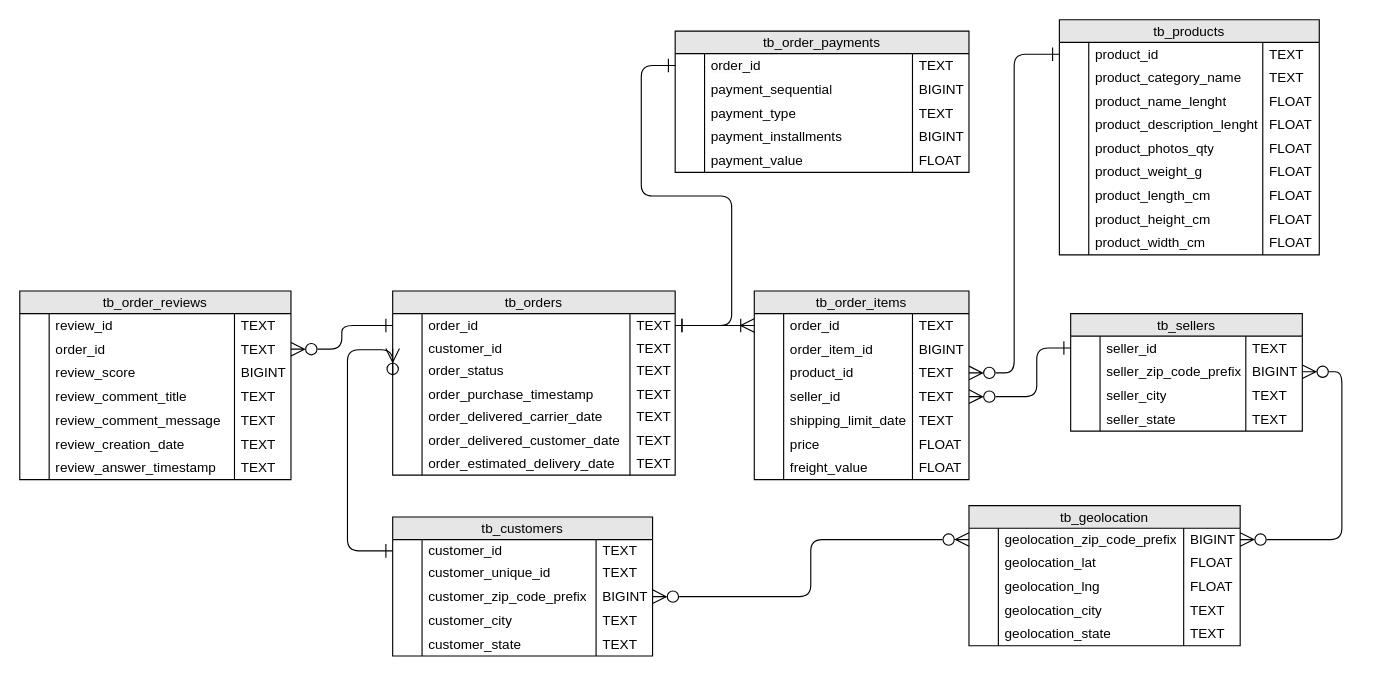
ivanrff/da-olist-db keeps this draw.io diagram as schema/structure.drawio. Above is the earlier version. Source tidied: cells renumbered, new cells numbered last; positions are measured from the earlier drawing's top-left corner, leaving out a move shared by most shapes. Both pictures are drawn from the tidied source at 113%, with x=0, y=0 at pixel (19, 19).
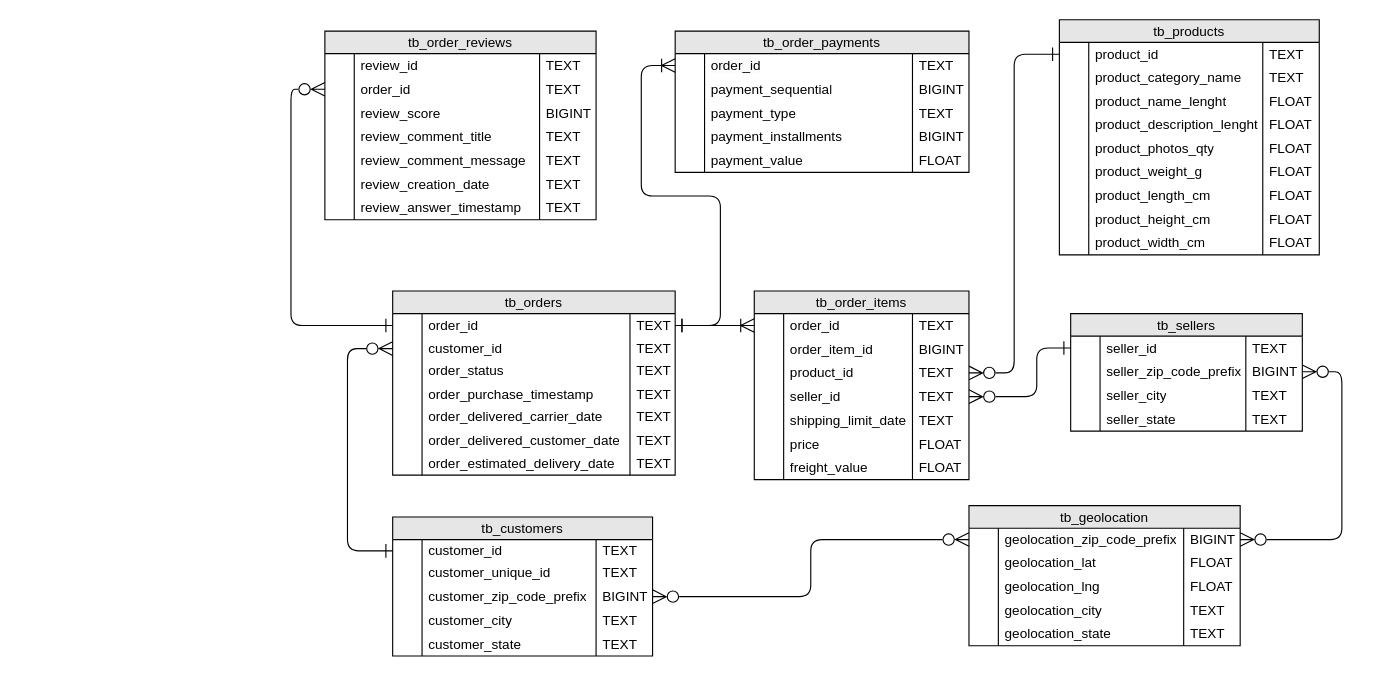
After the change.

Commit message (it also covers changes not shown here):
editing schema

Unchanged cells that the change refers to:
```xml
<mxCell id="3" style="shape=tableRow;horizontal=0;startSize=0;swimlaneHead=0;swimlaneBody=0;top=0;left=0;bottom=0;right=0;fillColor=none;points=[[0,0.5],[1,0.5]];portConstraint=eastwest;strokeColor=inherit;fontSize=16;" parent="2" vertex="1">
  <mxGeometry y="20" width="230" height="20" as="geometry" />
</mxCell>
<mxCell id="24" style="shape=tableRow;horizontal=0;startSize=0;swimlaneHead=0;swimlaneBody=0;top=0;left=0;bottom=0;right=0;fillColor=none;points=[[0,0.5],[1,0.5]];portConstraint=eastwest;strokeColor=inherit;fontSize=16;" parent="23" vertex="1">
  <mxGeometry y="20" width="250" height="21" as="geometry" />
</mxCell>
<mxCell id="28" style="shape=tableRow;horizontal=0;startSize=0;swimlaneHead=0;swimlaneBody=0;top=0;left=0;bottom=0;right=0;fillColor=none;points=[[0,0.5],[1,0.5]];portConstraint=eastwest;strokeColor=inherit;fontSize=16;" parent="23" vertex="1">
  <mxGeometry y="41" width="250" height="20" as="geometry" />
</mxCell>
<mxCell id="103" style="shape=tableRow;horizontal=0;startSize=0;swimlaneHead=0;swimlaneBody=0;top=0;left=0;bottom=0;right=0;fillColor=none;points=[[0,0.5],[1,0.5]];portConstraint=eastwest;strokeColor=inherit;fontSize=16;" parent="102" vertex="1">
  <mxGeometry y="20" width="260" height="21" as="geometry" />
</mxCell>
<mxCell id="128" style="shape=tableRow;horizontal=0;startSize=0;swimlaneHead=0;swimlaneBody=0;top=0;left=0;bottom=0;right=0;fillColor=none;points=[[0,0.5],[1,0.5]];portConstraint=eastwest;strokeColor=inherit;fontSize=16;" parent="123" vertex="1">
  <mxGeometry y="41" width="240" height="21" as="geometry" />
</mxCell>
```

Change to the diagram source:
```diff
@@
-<mxGraphModel>
+<mxGraphModel background="#ffffff">
@@
     <mxCell id="123" value="tb_order_reviews" style="shape=table;startSize=20;childLayout=tableLayout;rowLines=0;fontStyle=0;strokeColor=default;fontSize=12;labelBackgroundColor=none;fillColor=#E6E6E6;swimlaneLine=1;gradientColor=none;swimlaneFillColor=default;" parent="1" vertex="1">
-      <mxGeometry y="240" width="240" height="167" as="geometry" />
+      <mxGeometry x="270" y="10" width="240" height="167" as="geometry" />
     </mxCell>
@@
     <mxCell id="209" style="edgeStyle=orthogonalEdgeStyle;html=1;exitX=0;exitY=0.5;exitDx=0;exitDy=0;entryX=0;entryY=0.5;entryDx=0;entryDy=0;endSize=10;startSize=10;endArrow=ERone;endFill=0;startArrow=ERzeroToMany;startFill=0;" parent="1" edge="1" source="28" target="3">
       <mxGeometry relative="1" as="geometry">
         <Array as="points">
-          <mxPoint x="290" y="292" />
+          <mxPoint x="290" y="291" />
           <mxPoint x="290" y="470" />
         </Array>
       </mxGeometry>
     </mxCell>
-    <mxCell id="210" style="edgeStyle=orthogonalEdgeStyle;html=1;exitX=1;exitY=0.5;exitDx=0;exitDy=0;entryX=0;entryY=0.5;entryDx=0;entryDy=0;endArrow=ERone;endFill=0;startArrow=ERzeroToMany;startFill=0;endSize=10;startSize=10;" parent="1" edge="1" source="128" target="24">
-      <mxGeometry relative="1" as="geometry" />
-    </mxCell>
@@
-    <mxCell id="212" style="edgeStyle=orthogonalEdgeStyle;html=1;exitX=1;exitY=0.5;exitDx=0;exitDy=0;entryX=0;entryY=0.5;entryDx=0;entryDy=0;endArrow=ERone;endFill=0;startArrow=ERone;startFill=0;startSize=10;endSize=10;" parent="1" edge="1" source="24" target="103">
+    <mxCell id="212" style="edgeStyle=orthogonalEdgeStyle;html=1;exitX=1;exitY=0.5;exitDx=0;exitDy=0;entryX=0;entryY=0.5;entryDx=0;entryDy=0;endArrow=ERoneToMany;endFill=0;startArrow=ERone;startFill=0;startSize=10;endSize=10;" parent="1" edge="1" source="24" target="103">
       <mxGeometry relative="1" as="geometry">
         <Array as="points">
-          <mxPoint x="630" y="271" />
-          <mxPoint x="630" y="156" />
+          <mxPoint x="620" y="271" />
+          <mxPoint x="620" y="156" />
           <mxPoint x="550" y="156" />
           <mxPoint x="550" y="41" />
         </Array>
       </mxGeometry>
     </mxCell>
@@
+    <mxCell id="214" style="edgeStyle=orthogonalEdgeStyle;html=1;exitX=0;exitY=0.5;exitDx=0;exitDy=0;entryX=0;entryY=0.5;entryDx=0;entryDy=0;endArrow=ERzeroToMany;endFill=0;startArrow=ERone;startFill=0;startSize=10;endSize=10;" parent="1" edge="1" source="24" target="128">
+      <mxGeometry relative="1" as="geometry">
+        <Array as="points">
+          <mxPoint x="240" y="271" />
+          <mxPoint x="240" y="62" />
+        </Array>
+      </mxGeometry>
+    </mxCell>
```
